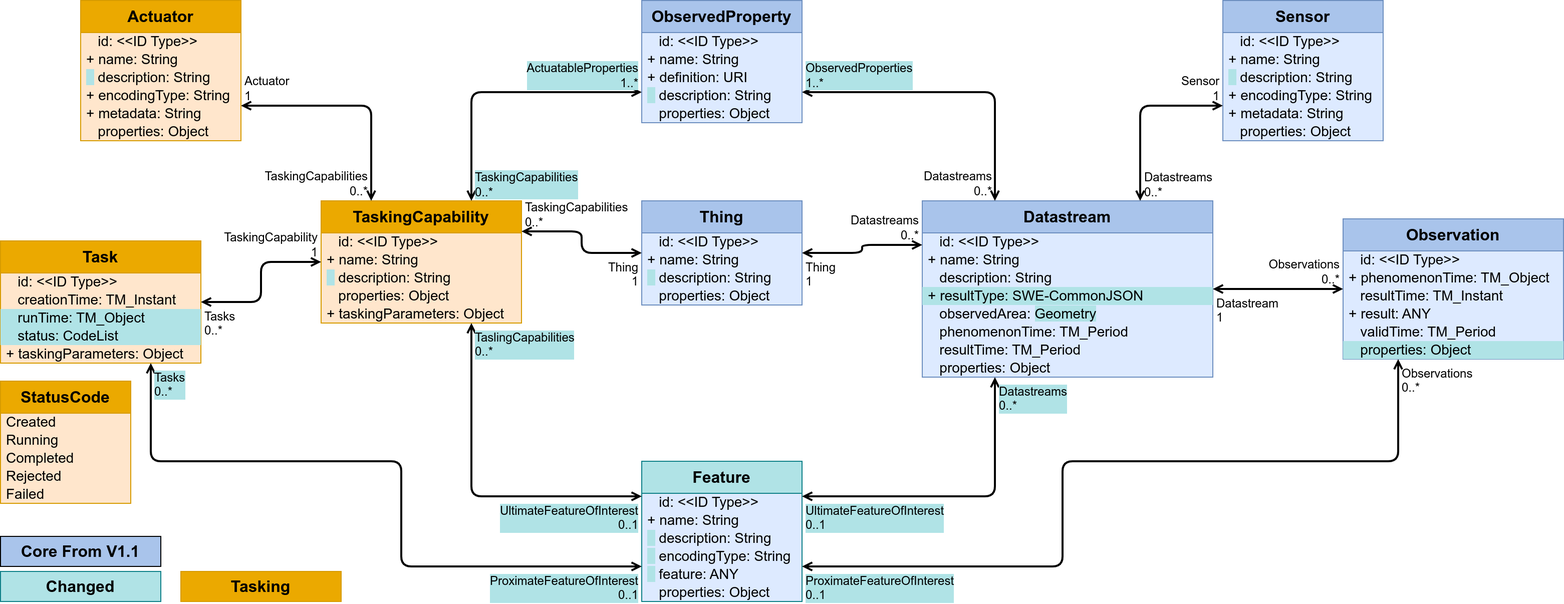
Earlier version of the draw.io export figures/Datamodel-SensorThingsApi-V2-proposal-1-Tasking-Sensing.drawio.png (opengeospatial/sensorthings). Source tidied: cells renumbered, new cells last; positions are measured from the earlier drawing's top-left corner, leaving out a move shared by most shapes.
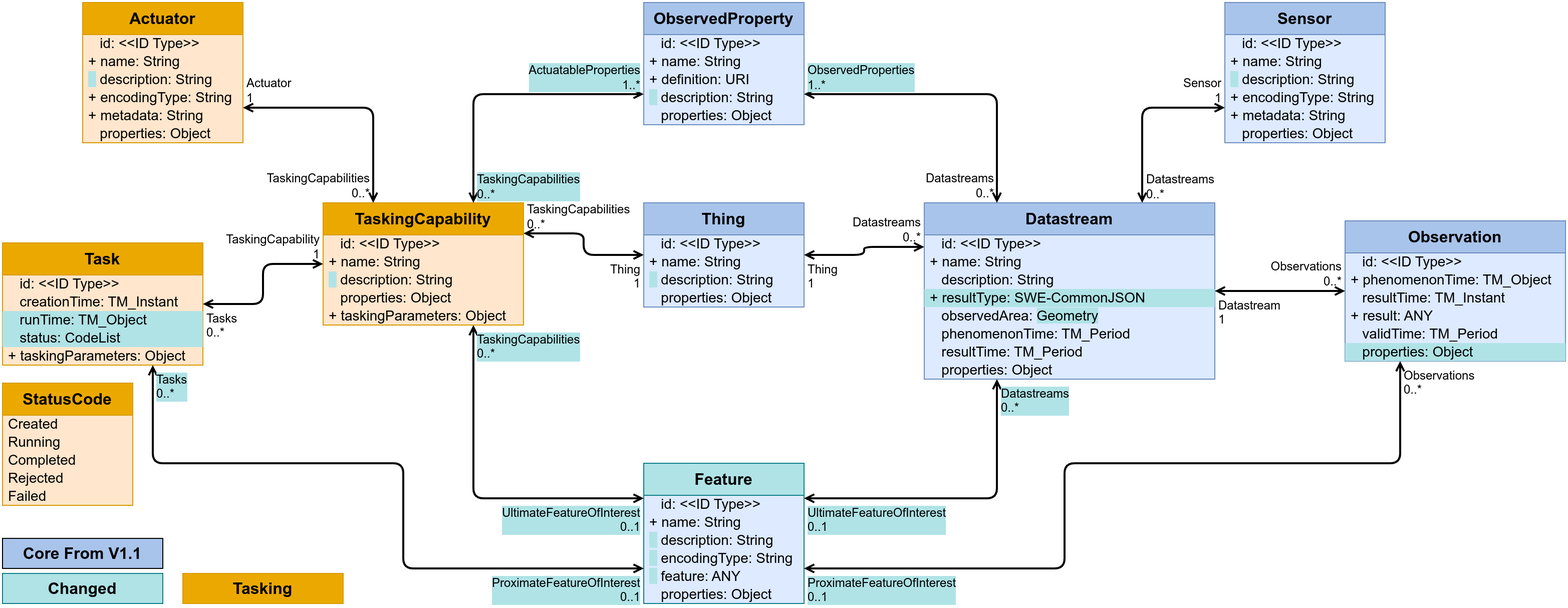
After the commit.

Change to the diagram source:
```diff
@@ -290,7 +290,7 @@
     <mxCell id="95" value="UltimateFeatureOfInterest&lt;br&gt;0..1" style="edgeLabel;html=1;align=right;verticalAlign=top;labelBackgroundColor=#B0E3E6;fontSize=12;spacingLeft=1;spacing=3;spacingRight=2;" parent="94" vertex="1">
       <mxGeometry x="-1" relative="1" as="geometry" />
     </mxCell>
-    <mxCell id="96" value="TaslingCapabilities&lt;br&gt;0..*" style="edgeLabel;html=1;align=left;verticalAlign=top;labelBackgroundColor=#B0E3E6;fontSize=12;spacingLeft=1;spacing=3;spacingRight=2;" parent="94" vertex="1">
+    <mxCell id="96" value="TaskingCapabilities&lt;br&gt;0..*" style="edgeLabel;html=1;align=left;verticalAlign=top;labelBackgroundColor=#B0E3E6;fontSize=12;spacingLeft=1;spacing=3;spacingRight=2;" parent="94" vertex="1">
       <mxGeometry x="1" relative="1" as="geometry" />
     </mxCell>
     <mxCell id="97" style="endArrow=open;startArrow=open;html=1;rounded=1;edgeStyle=orthogonalEdgeStyle;entryX=0;entryY=0.75;entryDx=0;entryDy=0;curved=0;exitX=0.75;exitY=1;exitDx=0;exitDy=0;strokeWidth=2;startFill=0;endFill=0;" parent="1" edge="1" source="70" target="11">
```
